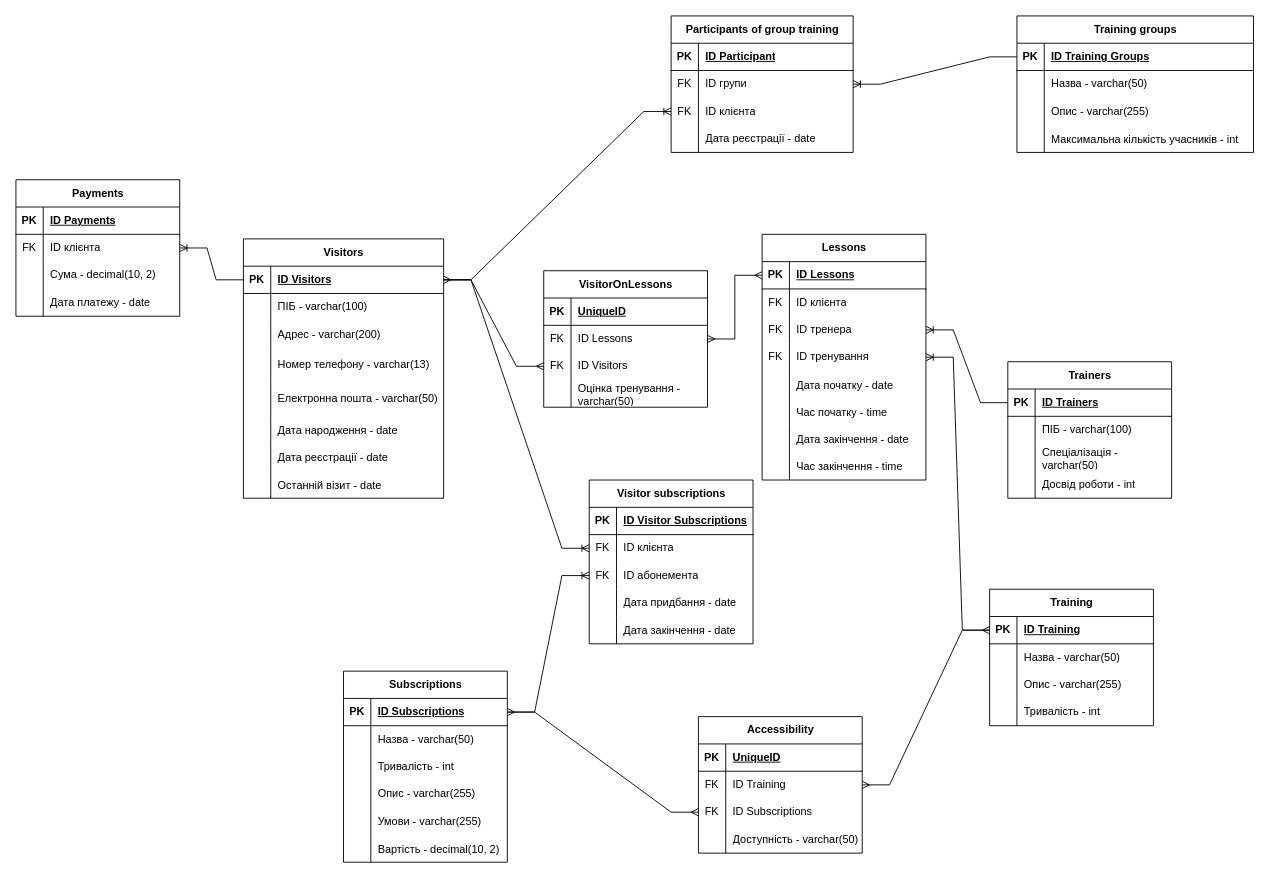
This is Data_Base_Home_Tasks/DB_Home_Task_1/HTFitnesClub.drawio from PeterYevenchuk/SSWU_PetroYevenchuk_NET_CAMP, a draw.io file, before an edit. Source tidied: cells renumbered, new cells numbered last; positions are measured from the earlier drawing's top-left corner, leaving out a move shared by most shapes. Both pictures are drawn from the tidied source at 91%, with x=0, y=0 at pixel (15, 15).
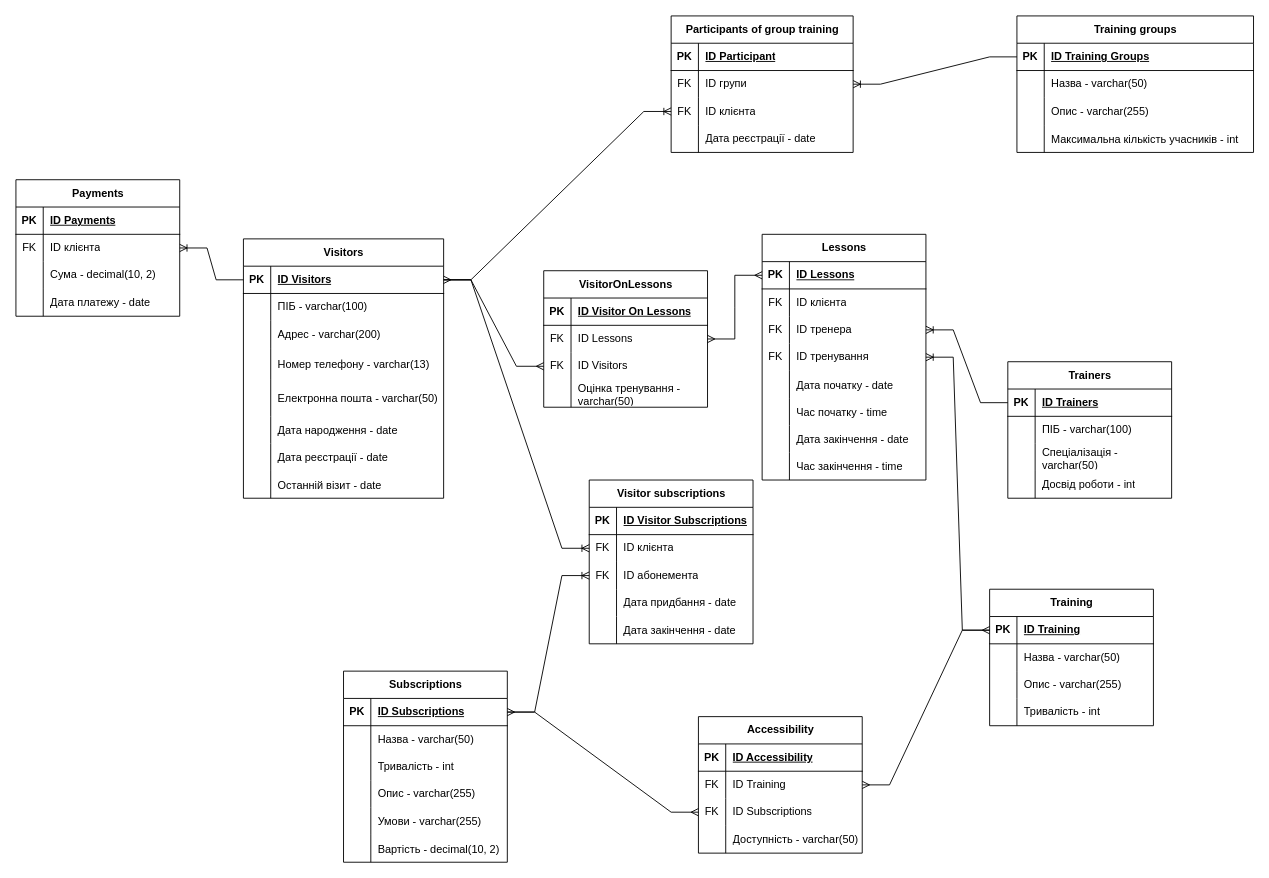
Above is the later version.

The change refers to these unchanged cells:
```xml
<mxCell id="160" style="shape=tableRow;horizontal=0;startSize=0;swimlaneHead=0;swimlaneBody=0;fillColor=none;top=0;left=0;right=0;bottom=1;" parent="159" vertex="1">
  <mxGeometry y="30" width="180" height="30" as="geometry" />
</mxCell>
<mxCell id="173" style="shape=tableRow;horizontal=0;startSize=0;swimlaneHead=0;swimlaneBody=0;fillColor=none;top=0;left=0;right=0;bottom=1;" parent="172" vertex="1">
  <mxGeometry y="30" width="180" height="30" as="geometry" />
</mxCell>
```

The edit, as a diff of the source:
```diff
@@
-    <mxCell id="162" value="UniqueID" style="shape=partialRectangle;fillColor=none;top=0;left=0;bottom=0;right=0;align=left;spacingLeft=6;fontStyle=5;overflow=hidden;whiteSpace=wrap;html=1;" parent="160" vertex="1">
+    <mxCell id="162" value="ID Accessibility" style="shape=partialRectangle;fillColor=none;top=0;left=0;bottom=0;right=0;align=left;spacingLeft=6;fontStyle=5;overflow=hidden;whiteSpace=wrap;html=1;" parent="160" vertex="1">
       <mxGeometry x="30" width="150" height="30" as="geometry" />
     </mxCell>
@@
-    <mxCell id="175" value="UniqueID" style="shape=partialRectangle;fillColor=none;top=0;left=0;bottom=0;right=0;align=left;spacingLeft=6;fontStyle=5;overflow=hidden;whiteSpace=wrap;html=1;" parent="173" vertex="1">
+    <mxCell id="175" value="ID Visitor On Lessons" style="shape=partialRectangle;fillColor=none;top=0;left=0;bottom=0;right=0;align=left;spacingLeft=6;fontStyle=5;overflow=hidden;whiteSpace=wrap;html=1;" parent="173" vertex="1">
       <mxGeometry x="30" width="150" height="30" as="geometry" />
     </mxCell>
```
